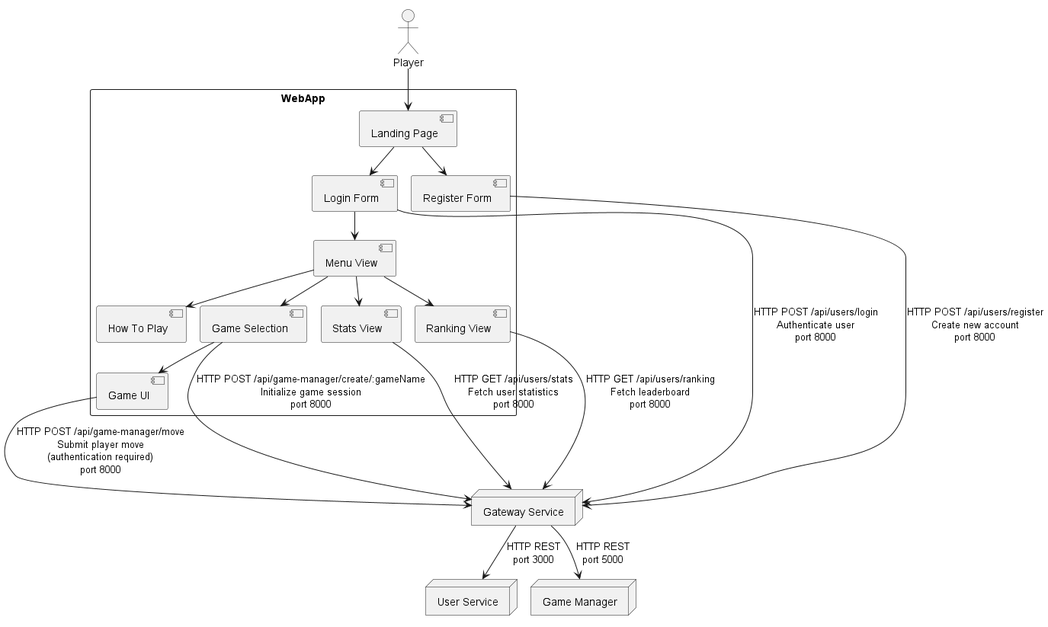
The PlantUML diagram images/WebApp - Internal Structure and Navigation.png in Arquisoft/yovi_en3a, before a commit. Its diagram source:
```plantuml
@startuml


actor "Player" as player

rectangle "WebApp" as webapp {
  [Landing Page] as Landing
  [Login Form] as Login
  [Register Form] as Register
  [Menu View] as Menu
  [How To Play] as HTP
  [Game Selection] as GameSelect
  [Game UI] as GameUI
  [Stats View] as Stats
  [Ranking View] as Ranking
}

node "Gateway Service" as Gateway
node "User Service" as UserSvc
node "Game Manager" as GameMgr

player --> Landing
Landing --> Login
Landing --> Register

Login --> Gateway: HTTP POST /api/users/login\nAuthenticate user\nport 8000
Register --> Gateway: HTTP POST /api/users/register\nCreate new account\nport 8000

Login --> Menu
Menu --> HTP
Menu --> GameSelect
Menu --> Stats
Menu --> Ranking

Stats --> Gateway: HTTP GET /api/users/stats\nFetch user statistics\nport 8000
Ranking --> Gateway: HTTP GET /api/users/ranking\nFetch leaderboard\nport 8000

GameSelect --> Gateway: HTTP POST /api/game-manager/create/:gameName\nInitialize game session\nport 8000
GameSelect --> GameUI

GameUI --> Gateway: HTTP POST /api/game-manager/move\nSubmit player move\n(authentication required)\nport 8000

Gateway --> UserSvc: HTTP REST\nport 3000
Gateway --> GameMgr: HTTP REST\nport 5000
@enduml
```
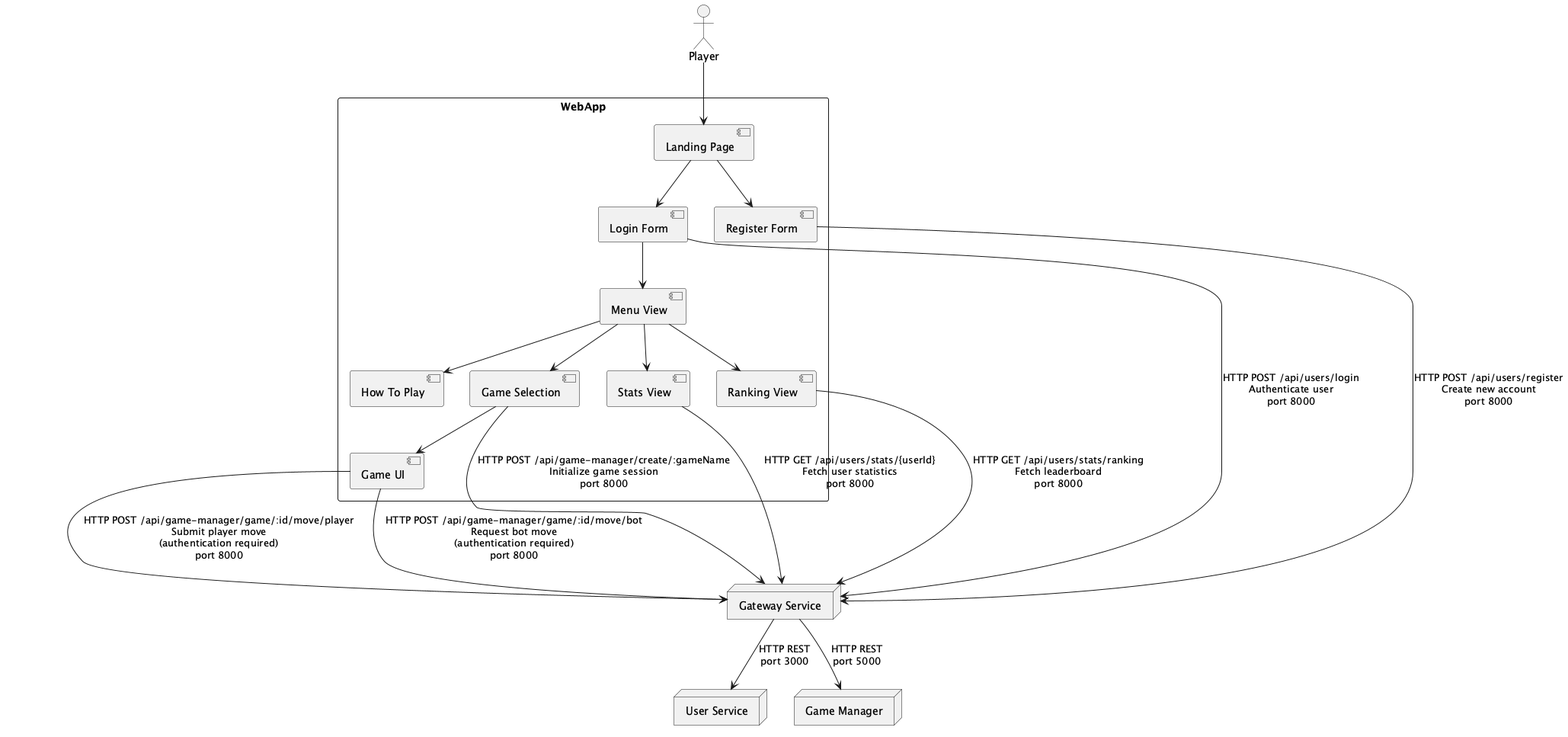
The same file after the commit.

Diff of the diagram source:
```diff
@@ -32,13 +32,14 @@
 Menu --> Stats
 Menu --> Ranking
 
-Stats --> Gateway: HTTP GET /api/users/stats\nFetch user statistics\nport 8000
-Ranking --> Gateway: HTTP GET /api/users/ranking\nFetch leaderboard\nport 8000
+Stats --> Gateway: HTTP GET /api/users/stats/{userId}\nFetch user statistics\nport 8000
+Ranking --> Gateway: HTTP GET /api/users/stats/ranking\nFetch leaderboard\nport 8000
 
 GameSelect --> Gateway: HTTP POST /api/game-manager/create/:gameName\nInitialize game session\nport 8000
 GameSelect --> GameUI
 
-GameUI --> Gateway: HTTP POST /api/game-manager/move\nSubmit player move\n(authentication required)\nport 8000
+GameUI --> Gateway: HTTP POST /api/game-manager/game/:id/move/player\nSubmit player move\n(authentication required)\nport 8000
+GameUI --> Gateway: HTTP POST /api/game-manager/game/:id/move/bot\nRequest bot move\n(authentication required)\nport 8000
 
 Gateway --> UserSvc: HTTP REST\nport 3000
 Gateway --> GameMgr: HTTP REST\nport 5000
```
